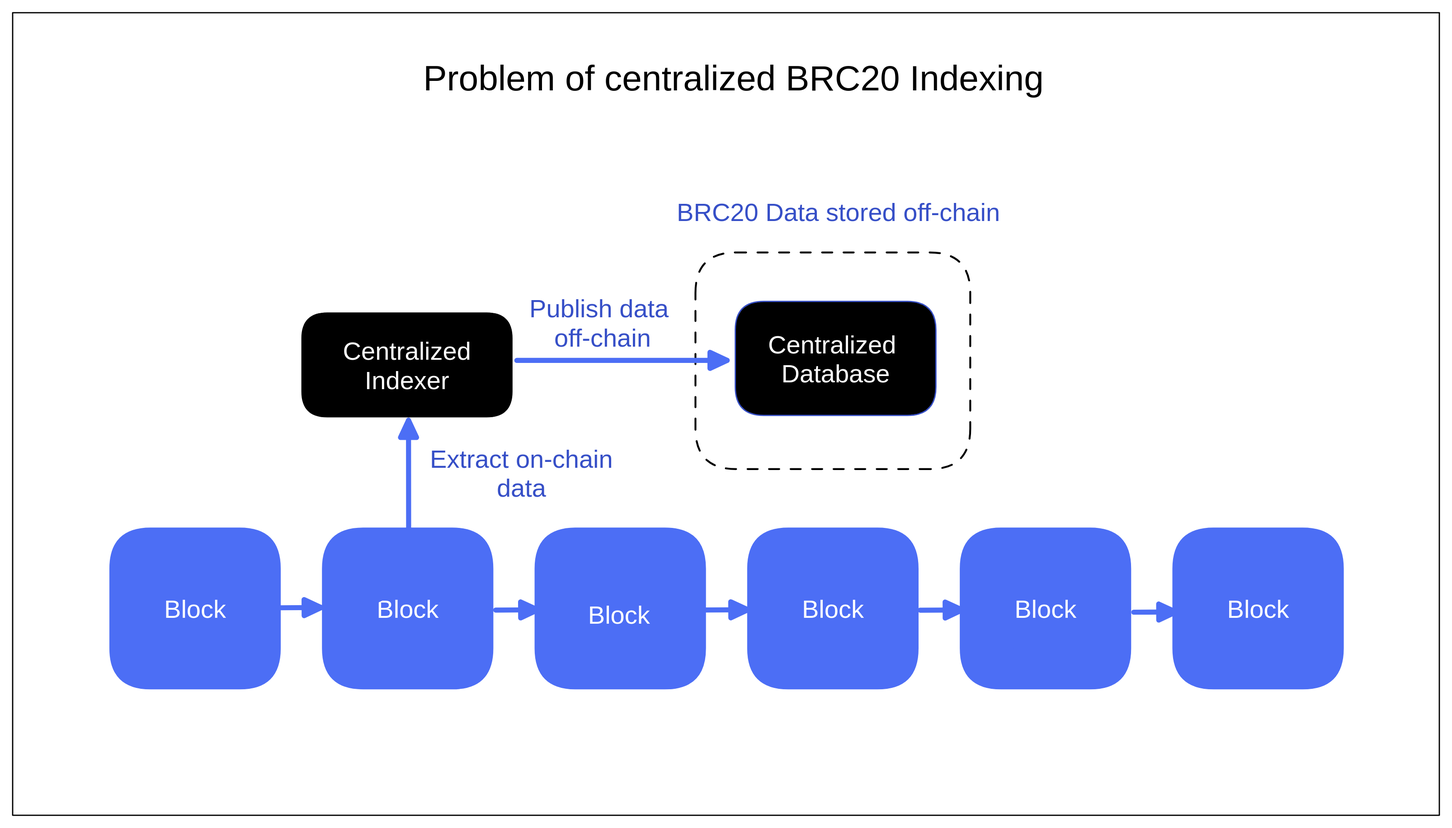
The Excalidraw diagram .gitbook/assets/file.excalidraw.svg in bnzk-labs/Bnzk-docs, before a commit. Source tidied: one line per element, renumbered; positions are measured from the earlier drawing's top-left corner, leaving out a move shared by most shapes.
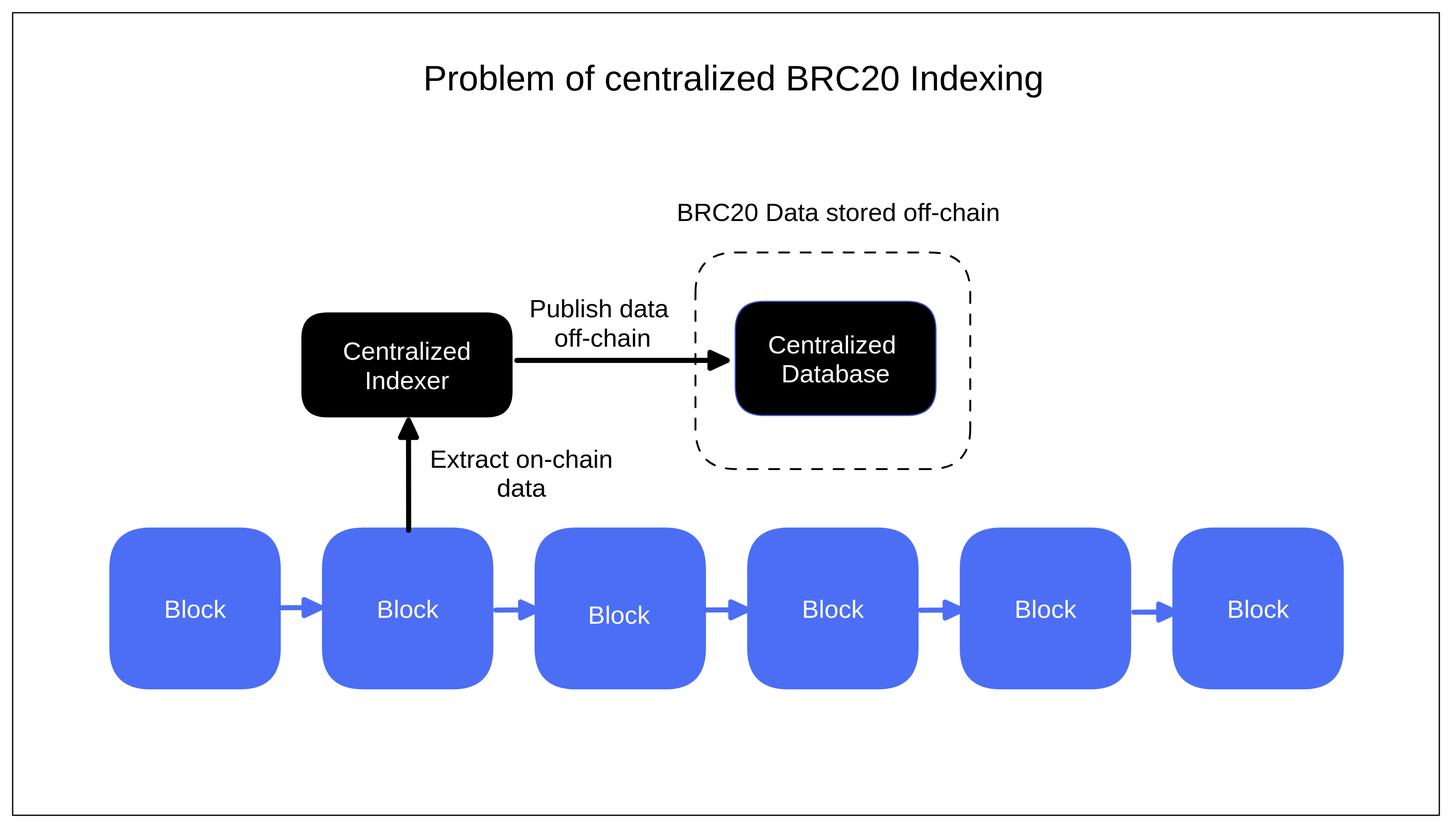
After the commit.

Commit message:
GITBOOK-14: change request with no subject merged in GitBook

Diff of the diagram source:
```diff
@@ -19,15 +19,15 @@
 {"id": 18, "type": "arrow", "strokeColor": "#4c6ef5", "strokeWidth": 4, "roughness": 0, "endArrowhead": "triangle", "from": 5, "to": 7, "x": 759, "y": 505, "width": 33, "height": 0, "points": [[0, 0], [33, 0]]}
 {"id": 19, "type": "arrow", "strokeColor": "#4c6ef5", "strokeWidth": 4, "roughness": 0, "endArrowhead": "triangle", "from": 7, "x": 886, "y": 474, "width": 33, "height": 0, "points": [[0, 0], [33, 0]]}
 {"id": 20, "type": "rectangle", "strokeColor": "#000", "strokeWidth": 1, "strokeStyle": "dashed", "roughness": 0, "round": true, "x": 539, "y": 189, "width": 217, "height": 171}
-{"id": 21, "type": "text", "text": "BRC20 Data stored off-chain", "strokeColor": "#364fc7", "strokeWidth": 1, "strokeStyle": "dashed", "roughness": 0, "fontSize": 20, "fontFamily": 2, "x": 525, "y": 146, "width": 257, "height": 23}
+{"id": 21, "type": "text", "text": "BRC20 Data stored off-chain", "strokeColor": "#000", "strokeWidth": 1, "strokeStyle": "dashed", "roughness": 0, "fontSize": 20, "fontFamily": 2, "x": 525, "y": 146, "width": 257, "height": 23}
 {"id": 22, "type": "rectangle", "strokeColor": "#364fc7", "backgroundColor": "#000", "fillStyle": "solid", "strokeWidth": 1, "roughness": 0, "round": true, "x": 571, "y": 228, "width": 158, "height": 90}
 {"id": 23, "type": "text", "text": "Centralized \nDatabase", "strokeColor": "#fff", "backgroundColor": "#364fc7", "fillStyle": "solid", "strokeWidth": 1, "roughness": 0, "fontSize": 20, "fontFamily": 2, "textAlign": "center", "verticalAlign": "middle", "inside": 22, "x": 596, "y": 250, "width": 108, "height": 46}
 {"id": 24, "type": "rectangle", "strokeColor": "#fff", "backgroundColor": "#000", "fillStyle": "solid", "strokeWidth": 1, "roughness": 0, "round": true, "x": 228, "y": 236, "width": 168, "height": 84}
 {"id": 25, "type": "text", "text": "Centralized\nIndexer", "strokeColor": "#fff", "backgroundColor": "#364fc7", "fillStyle": "solid", "strokeWidth": 1, "roughness": 0, "fontSize": 20, "fontFamily": 2, "textAlign": "center", "verticalAlign": "middle", "inside": 24, "x": 260, "y": 255, "width": 102, "height": 46}
-{"id": 26, "type": "arrow", "strokeColor": "#4c6ef5", "strokeWidth": 4, "roughness": 0, "endArrowhead": "triangle", "to": 24, "x": 313, "y": 409, "width": 0, "height": 87, "points": [[0, 0], [0, -87]]}
+{"id": 26, "type": "arrow", "strokeColor": "#000", "strokeWidth": 4, "roughness": 0, "endArrowhead": "triangle", "to": 24, "x": 313, "y": 409, "width": 0, "height": 87, "points": [[0, 0], [0, -87]]}
-{"id": 27, "type": "arrow", "strokeColor": "#4c6ef5", "strokeWidth": 4, "roughness": 0, "endArrowhead": "triangle", "from": 24, "to": 22, "x": 398, "y": 275, "width": 166, "height": 0, "points": [[0, 0], [166, 0]]}
+{"id": 27, "type": "arrow", "strokeColor": "#000", "strokeWidth": 4, "roughness": 0, "endArrowhead": "triangle", "from": 24, "to": 22, "x": 398, "y": 275, "width": 166, "height": 0, "points": [[0, 0], [166, 0]]}
 {"id": 28, "type": "freedraw", "strokeColor": "#fff", "backgroundColor": "#364fc7", "fillStyle": "solid", "strokeWidth": 1, "roughness": 0, "x": 332, "y": 363, "width": 0, "height": 0, "points": [[0, 0], [0, 0]]}
-{"id": 29, "type": "text", "text": "Extract on-chain\ndata", "strokeColor": "#364fc7", "backgroundColor": "#364fc7", "fillStyle": "solid", "strokeWidth": 1, "roughness": 0, "fontSize": 20, "fontFamily": 2, "textAlign": "center", "x": 329, "y": 341, "width": 146, "height": 46}
+{"id": 29, "type": "text", "text": "Extract on-chain\ndata", "strokeColor": "#000", "backgroundColor": "#364fc7", "fillStyle": "solid", "strokeWidth": 1, "roughness": 0, "fontSize": 20, "fontFamily": 2, "textAlign": "center", "x": 329, "y": 341, "width": 146, "height": 46}
-{"id": 30, "type": "text", "text": "Publish data \noff-chain", "strokeColor": "#364fc7", "backgroundColor": "#364fc7", "fillStyle": "solid", "strokeWidth": 1, "roughness": 0, "fontSize": 20, "fontFamily": 2, "textAlign": "center", "x": 408, "y": 222, "width": 117, "height": 46}
+{"id": 30, "type": "text", "text": "Publish data \noff-chain", "strokeColor": "#000", "backgroundColor": "#364fc7", "fillStyle": "solid", "strokeWidth": 1, "roughness": 0, "fontSize": 20, "fontFamily": 2, "textAlign": "center", "x": 408, "y": 222, "width": 117, "height": 46}
 {"id": 31, "type": "rectangle", "strokeColor": "#000000", "strokeWidth": 1, "roughness": 0, "x": 0, "y": 0, "width": 1127, "height": 634}
 {"id": 32, "type": "text", "text": "Problem of centralized BRC20 Indexing", "strokeColor": "#000000", "strokeWidth": 1, "roughness": 0, "fontSize": 28, "fontFamily": 2, "x": 324, "y": 35, "width": 492, "height": 32}
```
